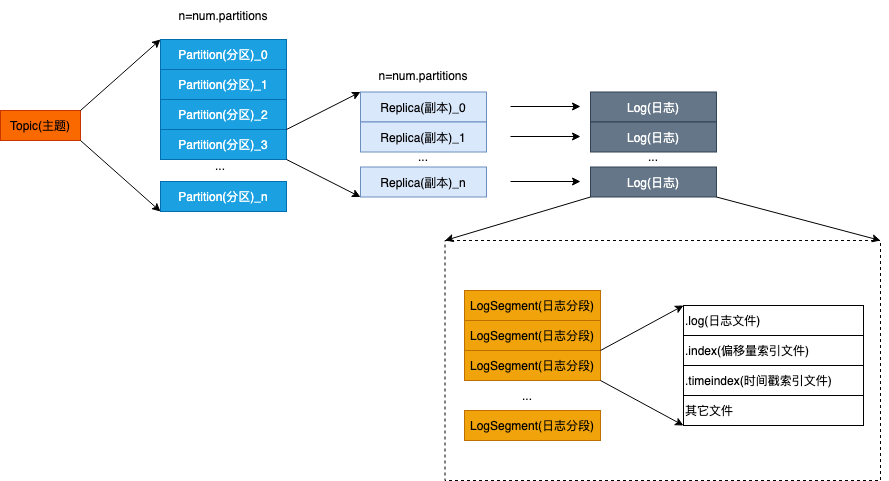
Above: com.guann1n9.diagrams/kakfa/kafka log.png in GuanN1ng/diagrams (draw.io), before the change. Source tidied: cells renumbered, new cells last; positions are measured from the earlier drawing's top-left corner, leaving out a move shared by most shapes. Its diagram source:
```xml
<mxGraphModel>
  <root>
    <mxCell id="0" />
    <mxCell id="1" parent="0" />
    <mxCell id="2" value="Topic(主题)" style="rounded=0;whiteSpace=wrap;html=1;fillColor=#fa6800;fontColor=#000000;strokeColor=#C73500;" parent="1" vertex="1">
      <mxGeometry y="110" width="80" height="30" as="geometry" />
    </mxCell>
    <mxCell id="3" value="Partition(分区)_0" style="rounded=0;whiteSpace=wrap;html=1;fillColor=#1ba1e2;fontColor=#ffffff;strokeColor=#006EAF;" parent="1" vertex="1">
      <mxGeometry x="160" y="39" width="126" height="30" as="geometry" />
    </mxCell>
    <mxCell id="4" value="Partition(分区)_1" style="rounded=0;whiteSpace=wrap;html=1;fillColor=#1ba1e2;fontColor=#ffffff;strokeColor=#006EAF;" parent="1" vertex="1">
      <mxGeometry x="160" y="69" width="126" height="30" as="geometry" />
    </mxCell>
    <mxCell id="5" value="Partition(分区)_2" style="rounded=0;whiteSpace=wrap;html=1;fillColor=#1ba1e2;fontColor=#ffffff;strokeColor=#006EAF;" parent="1" vertex="1">
      <mxGeometry x="160" y="99" width="126" height="30" as="geometry" />
    </mxCell>
    <mxCell id="6" value="Partition(分区)_3" style="rounded=0;whiteSpace=wrap;html=1;fillColor=#1ba1e2;fontColor=#ffffff;strokeColor=#006EAF;" parent="1" vertex="1">
      <mxGeometry x="160" y="129" width="126" height="30" as="geometry" />
    </mxCell>
    <mxCell id="7" value="Partition(分区)_n" style="rounded=0;whiteSpace=wrap;html=1;fillColor=#1ba1e2;fontColor=#ffffff;strokeColor=#006EAF;" parent="1" vertex="1">
      <mxGeometry x="160" y="181" width="126" height="30" as="geometry" />
    </mxCell>
    <mxCell id="8" value="n=num.partitions" style="text;html=1;strokeColor=none;fillColor=none;align=center;verticalAlign=middle;whiteSpace=wrap;rounded=0;" parent="1" vertex="1">
      <mxGeometry x="193" width="60" height="30" as="geometry" />
    </mxCell>
    <mxCell id="9" style="endArrow=classic;html=1;rounded=0;exitX=1;exitY=0;exitDx=0;exitDy=0;entryX=0;entryY=0;entryDx=0;entryDy=0;" parent="1" edge="1" source="2" target="3">
      <mxGeometry relative="1" as="geometry" />
    </mxCell>
    <mxCell id="10" style="endArrow=classic;html=1;rounded=0;exitX=1;exitY=1;exitDx=0;exitDy=0;entryX=0;entryY=1;entryDx=0;entryDy=0;" parent="1" edge="1" source="2" target="7">
      <mxGeometry relative="1" as="geometry" />
    </mxCell>
    <mxCell id="11" value="..." style="text;html=1;align=center;verticalAlign=middle;whiteSpace=wrap;rounded=0;" parent="1" vertex="1">
      <mxGeometry x="190" y="150" width="60" height="30" as="geometry" />
    </mxCell>
    <mxCell id="12" value="Replica(副本)_0" style="rounded=0;whiteSpace=wrap;html=1;fillColor=#dae8fc;strokeColor=#6c8ebf;" parent="1" vertex="1">
      <mxGeometry x="360" y="91.5" width="126" height="30" as="geometry" />
    </mxCell>
    <mxCell id="13" value="Replica(副本)_1" style="rounded=0;whiteSpace=wrap;html=1;fillColor=#dae8fc;strokeColor=#6c8ebf;" parent="1" vertex="1">
      <mxGeometry x="360" y="121.5" width="126" height="30" as="geometry" />
    </mxCell>
    <mxCell id="14" value="Replica(副本)_n" style="rounded=0;whiteSpace=wrap;html=1;fillColor=#dae8fc;strokeColor=#6c8ebf;" parent="1" vertex="1">
      <mxGeometry x="360" y="166.5" width="126" height="30" as="geometry" />
    </mxCell>
    <mxCell id="15" value="..." style="text;html=1;strokeColor=none;fillColor=none;align=center;verticalAlign=middle;whiteSpace=wrap;rounded=0;" parent="1" vertex="1">
      <mxGeometry x="393" y="140.5" width="60" height="30" as="geometry" />
    </mxCell>
    <mxCell id="16" style="endArrow=classic;html=1;rounded=0;exitX=1;exitY=1;exitDx=0;exitDy=0;entryX=0;entryY=1;entryDx=0;entryDy=0;" parent="1" edge="1" source="6" target="14">
      <mxGeometry relative="1" as="geometry" />
    </mxCell>
    <mxCell id="17" style="endArrow=classic;html=1;rounded=0;entryX=0;entryY=0;entryDx=0;entryDy=0;exitX=1;exitY=0;exitDx=0;exitDy=0;" parent="1" edge="1" source="6" target="12">
      <mxGeometry relative="1" as="geometry" />
    </mxCell>
    <mxCell id="18" value="n=num.partitions" style="text;html=1;strokeColor=none;fillColor=none;align=center;verticalAlign=middle;whiteSpace=wrap;rounded=0;" parent="1" vertex="1">
      <mxGeometry x="393" y="60" width="60" height="30" as="geometry" />
    </mxCell>
    <mxCell id="19" style="endArrow=classic;html=1;rounded=0;" parent="1" edge="1">
      <mxGeometry relative="1" as="geometry">
        <mxPoint x="510" y="181" as="sourcePoint" />
        <mxPoint x="580" y="181" as="targetPoint" />
      </mxGeometry>
    </mxCell>
    <mxCell id="20" style="endArrow=classic;html=1;rounded=0;" parent="1" edge="1">
      <mxGeometry relative="1" as="geometry">
        <mxPoint x="510" y="136" as="sourcePoint" />
        <mxPoint x="580" y="136" as="targetPoint" />
      </mxGeometry>
    </mxCell>
    <mxCell id="21" style="endArrow=classic;html=1;rounded=0;" parent="1" edge="1">
      <mxGeometry relative="1" as="geometry">
        <mxPoint x="510" y="106" as="sourcePoint" />
        <mxPoint x="580" y="106" as="targetPoint" />
      </mxGeometry>
    </mxCell>
    <mxCell id="22" value="Log(日志)" style="rounded=0;whiteSpace=wrap;html=1;fillColor=#647687;fontColor=#ffffff;strokeColor=#314354;" parent="1" vertex="1">
      <mxGeometry x="590" y="91.5" width="126" height="30" as="geometry" />
    </mxCell>
    <mxCell id="23" value="Log(日志)" style="rounded=0;whiteSpace=wrap;html=1;fillColor=#647687;fontColor=#ffffff;strokeColor=#314354;" parent="1" vertex="1">
      <mxGeometry x="590" y="121.5" width="126" height="30" as="geometry" />
    </mxCell>
    <mxCell id="24" value="Log(日志)" style="rounded=0;whiteSpace=wrap;html=1;fillColor=#647687;fontColor=#ffffff;strokeColor=#314354;" parent="1" vertex="1">
      <mxGeometry x="590" y="166.5" width="126" height="30" as="geometry" />
    </mxCell>
    <mxCell id="25" value="..." style="text;html=1;strokeColor=none;fillColor=none;align=center;verticalAlign=middle;whiteSpace=wrap;rounded=0;" parent="1" vertex="1">
      <mxGeometry x="623" y="140.5" width="60" height="30" as="geometry" />
    </mxCell>
    <mxCell id="26" style="rounded=0;whiteSpace=wrap;html=1;dashed=1;" parent="1" vertex="1">
      <mxGeometry x="444.5" y="240" width="435.5" height="240" as="geometry" />
    </mxCell>
    <mxCell id="27" value="LogSegment(日志分段)" style="rounded=0;whiteSpace=wrap;html=1;fillColor=#f0a30a;fontColor=#000000;strokeColor=#BD7000;" parent="1" vertex="1">
      <mxGeometry x="464" y="290" width="136" height="30" as="geometry" />
    </mxCell>
    <mxCell id="28" value="LogSegment(日志分段)" style="rounded=0;whiteSpace=wrap;html=1;fillColor=#f0a30a;fontColor=#000000;strokeColor=#BD7000;" parent="1" vertex="1">
      <mxGeometry x="464" y="320" width="136" height="30" as="geometry" />
    </mxCell>
    <mxCell id="29" value="LogSegment(日志分段)" style="rounded=0;whiteSpace=wrap;html=1;fillColor=#f0a30a;fontColor=#000000;strokeColor=#BD7000;" parent="1" vertex="1">
      <mxGeometry x="464" y="350" width="136" height="30" as="geometry" />
    </mxCell>
    <mxCell id="30" value="LogSegment(日志分段)" style="rounded=0;whiteSpace=wrap;html=1;fillColor=#f0a30a;fontColor=#000000;strokeColor=#BD7000;" parent="1" vertex="1">
      <mxGeometry x="464" y="410" width="136" height="30" as="geometry" />
    </mxCell>
    <mxCell id="31" value="..." style="text;html=1;align=center;verticalAlign=middle;whiteSpace=wrap;rounded=0;" parent="1" vertex="1">
      <mxGeometry x="497" y="380" width="60" height="30" as="geometry" />
    </mxCell>
    <mxCell id="32" value=".log(日志文件)" style="rounded=0;whiteSpace=wrap;html=1;align=left;" parent="1" vertex="1">
      <mxGeometry x="683" y="305" width="180" height="30" as="geometry" />
    </mxCell>
    <mxCell id="33" value=".index(偏移量索引文件)" style="rounded=0;whiteSpace=wrap;html=1;align=left;" parent="1" vertex="1">
      <mxGeometry x="683" y="335" width="180" height="30" as="geometry" />
    </mxCell>
    <mxCell id="34" value=".timeindex(时间戳索引文件)" style="rounded=0;whiteSpace=wrap;html=1;align=left;" parent="1" vertex="1">
      <mxGeometry x="683" y="365" width="180" height="30" as="geometry" />
    </mxCell>
    <mxCell id="35" value="其它文件" style="rounded=0;whiteSpace=wrap;html=1;align=left;" parent="1" vertex="1">
      <mxGeometry x="683" y="395" width="180" height="30" as="geometry" />
    </mxCell>
    <mxCell id="36" style="endArrow=classic;html=1;rounded=0;exitX=1;exitY=1;exitDx=0;exitDy=0;entryX=0;entryY=1;entryDx=0;entryDy=0;" parent="1" edge="1" source="29" target="35">
      <mxGeometry relative="1" as="geometry" />
    </mxCell>
    <mxCell id="37" style="endArrow=classic;html=1;rounded=0;exitX=1;exitY=1;exitDx=0;exitDy=0;entryX=0;entryY=0;entryDx=0;entryDy=0;" parent="1" edge="1" source="28" target="32">
      <mxGeometry relative="1" as="geometry" />
    </mxCell>
    <mxCell id="38" style="endArrow=classic;html=1;rounded=0;exitX=1;exitY=1;exitDx=0;exitDy=0;entryX=1;entryY=0;entryDx=0;entryDy=0;" parent="1" edge="1" source="24" target="26">
      <mxGeometry relative="1" as="geometry" />
    </mxCell>
    <mxCell id="39" style="endArrow=classic;html=1;rounded=0;exitX=0;exitY=1;exitDx=0;exitDy=0;entryX=0;entryY=0;entryDx=0;entryDy=0;" parent="1" edge="1" source="24" target="26">
      <mxGeometry relative="1" as="geometry" />
    </mxCell>
  </root>
</mxGraphModel>
```
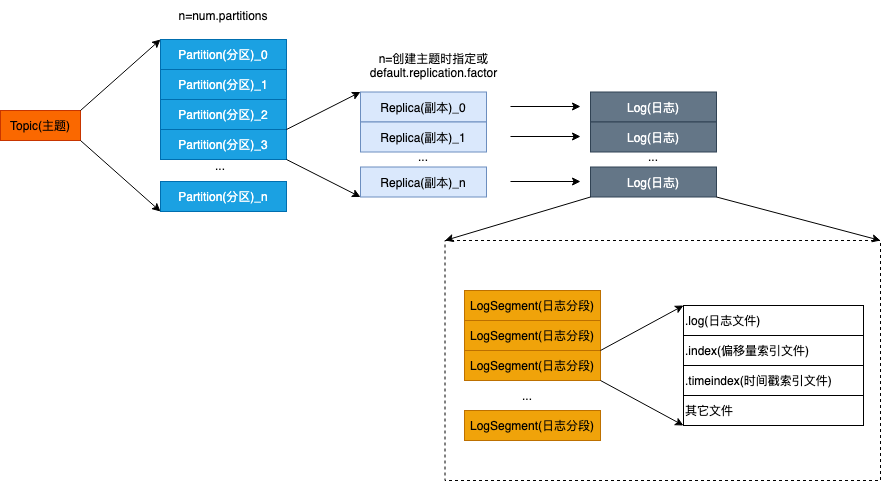
After the commit.

Diff of the diagram source:
```diff
@@ -50,8 +50,8 @@
     <mxCell id="17" style="endArrow=classic;html=1;rounded=0;entryX=0;entryY=0;entryDx=0;entryDy=0;exitX=1;exitY=0;exitDx=0;exitDy=0;" parent="1" edge="1" source="6" target="12">
       <mxGeometry relative="1" as="geometry" />
     </mxCell>
-    <mxCell id="18" value="n=num.partitions" style="text;html=1;strokeColor=none;fillColor=none;align=center;verticalAlign=middle;whiteSpace=wrap;rounded=0;" parent="1" vertex="1">
-      <mxGeometry x="393" y="60" width="60" height="30" as="geometry" />
+    <mxCell id="18" value="n=创建主题时指定或default.replication.factor" style="text;html=1;strokeColor=none;fillColor=none;align=center;verticalAlign=middle;whiteSpace=wrap;rounded=0;" parent="1" vertex="1">
+      <mxGeometry x="360" y="50" width="147" height="30" as="geometry" />
     </mxCell>
     <mxCell id="19" style="endArrow=classic;html=1;rounded=0;" parent="1" edge="1">
       <mxGeometry relative="1" as="geometry">
```
